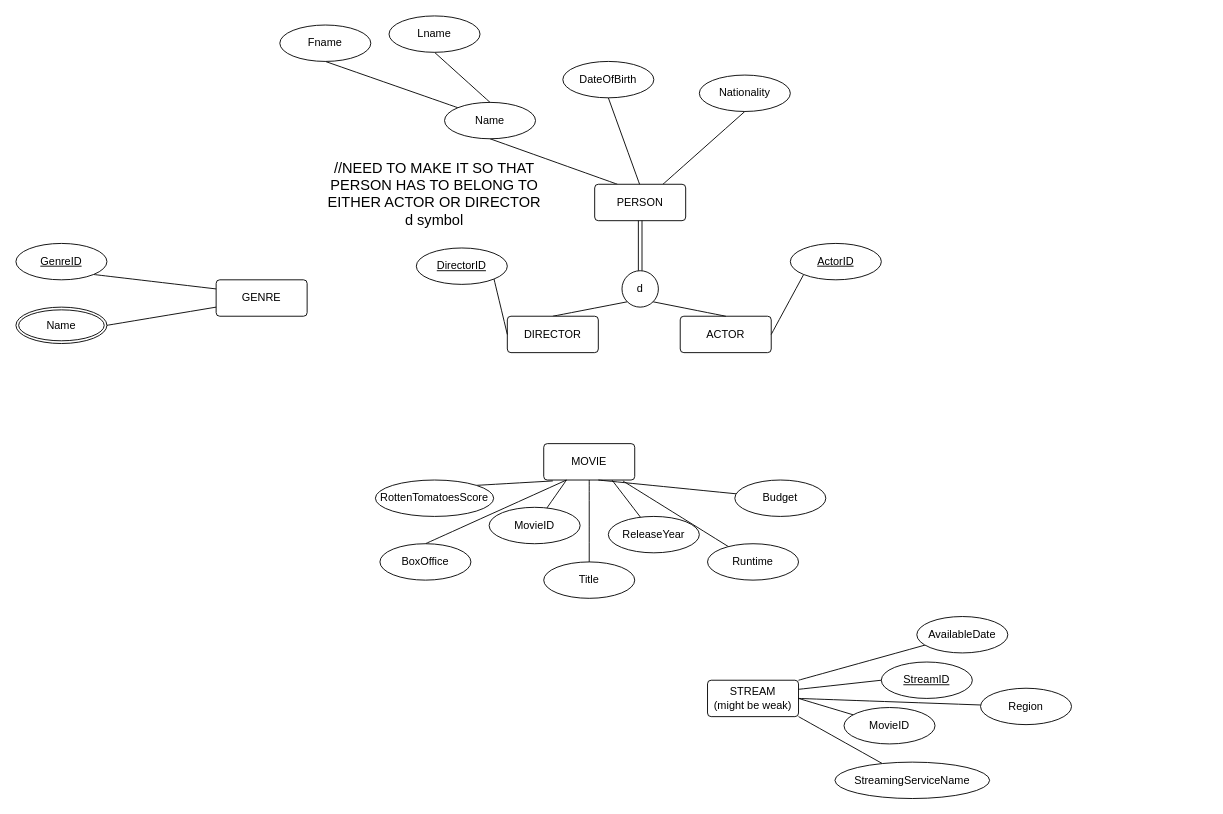
This is MovieBaseEER.drawio from miguelTrC/MovieBaseDB, a draw.io file, before an edit. Source tidied: cells renumbered, new cells numbered last; positions are measured from the earlier drawing's top-left corner, leaving out a move shared by most shapes. Both pictures are drawn from the tidied source at 91%, with x=0, y=0 at pixel (15, 15).
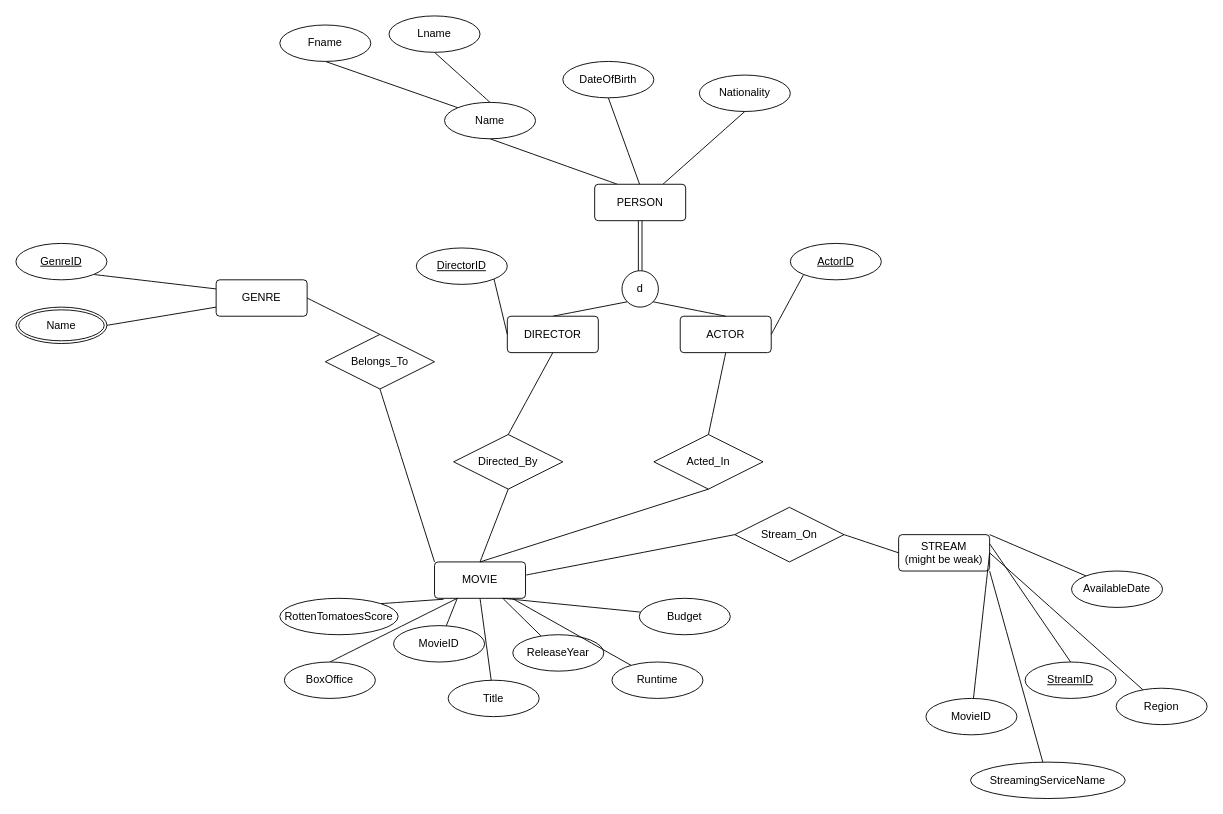
The same page after the edit.

Commit message:
Added relationships between entities

Unchanged cells that the change refers to:
```xml
<mxCell id="9" value="ACTOR" style="rounded=1;arcSize=10;whiteSpace=wrap;html=1;align=center;" parent="1" vertex="1">
  <mxGeometry x="730" y="330" width="100" height="40" as="geometry" />
</mxCell>
<mxCell id="10" value="DIRECTOR" style="rounded=1;arcSize=10;whiteSpace=wrap;html=1;align=center;" parent="1" vertex="1">
  <mxGeometry x="540" y="330" width="100" height="40" as="geometry" />
</mxCell>
<mxCell id="13" value="GENRE" style="rounded=1;arcSize=10;whiteSpace=wrap;html=1;align=center;" parent="1" vertex="1">
  <mxGeometry x="220" y="290" width="100" height="40" as="geometry" />
</mxCell>
```

What changed in the source:
```diff
@@
-    <mxCell id="7" value="&lt;div&gt;//NEED TO MAKE IT SO THAT PERSON HAS TO BELONG TO EITHER ACTOR OR DIRECTOR&lt;/div&gt;&lt;div&gt;d symbol&lt;/div&gt;&lt;div&gt;&lt;br&gt;&lt;/div&gt;" style="text;html=1;align=center;verticalAlign=middle;whiteSpace=wrap;rounded=0;fontSize=16;" parent="1" vertex="1">
-      <mxGeometry x="320" y="190" width="280" height="30" as="geometry" />
-    </mxCell>
@@
     <mxCell id="12" value="MOVIE" style="rounded=1;arcSize=10;whiteSpace=wrap;html=1;align=center;" parent="1" vertex="1">
-      <mxGeometry x="580" y="470" width="100" height="40" as="geometry" />
+      <mxGeometry x="460" y="600" width="100" height="40" as="geometry" />
     </mxCell>
@@
     <mxCell id="14" value="&lt;div&gt;STREAM&lt;/div&gt;&lt;div&gt;(might be weak)&lt;br&gt;&lt;/div&gt;" style="rounded=1;arcSize=10;whiteSpace=wrap;html=1;align=center;" parent="1" vertex="1">
-      <mxGeometry x="760" y="730" width="100" height="40" as="geometry" />
+      <mxGeometry x="970" y="570" width="100" height="40" as="geometry" />
     </mxCell>
@@
     <mxCell id="24" value="MovieID" style="ellipse;whiteSpace=wrap;html=1;align=center;" parent="1" vertex="1">
-      <mxGeometry x="520" y="540" width="100" height="40" as="geometry" />
+      <mxGeometry x="415" y="670" width="100" height="40" as="geometry" />
     </mxCell>
@@
     <mxCell id="26" value="Title" style="ellipse;whiteSpace=wrap;html=1;align=center;" parent="1" vertex="1">
-      <mxGeometry x="580" y="600" width="100" height="40" as="geometry" />
+      <mxGeometry x="475" y="730" width="100" height="40" as="geometry" />
     </mxCell>
@@
     <mxCell id="28" value="ReleaseYear" style="ellipse;whiteSpace=wrap;html=1;align=center;" parent="1" vertex="1">
-      <mxGeometry x="651" y="550" width="100" height="40" as="geometry" />
+      <mxGeometry x="546" y="680" width="100" height="40" as="geometry" />
     </mxCell>
@@
     <mxCell id="30" value="&lt;div&gt;Runtime&lt;/div&gt;" style="ellipse;whiteSpace=wrap;html=1;align=center;" parent="1" vertex="1">
-      <mxGeometry x="760" y="580" width="100" height="40" as="geometry" />
+      <mxGeometry x="655" y="710" width="100" height="40" as="geometry" />
     </mxCell>
@@
     <mxCell id="32" value="RottenTomatoesScore" style="ellipse;whiteSpace=wrap;html=1;align=center;" parent="1" vertex="1">
-      <mxGeometry x="395" y="510" width="130" height="40" as="geometry" />
+      <mxGeometry x="290" y="640" width="130" height="40" as="geometry" />
     </mxCell>
     <mxCell id="33" style="endArrow=none;html=1;rounded=0;fontSize=12;startSize=8;endSize=8;curved=1;" parent="1" edge="1" target="34">
       <mxGeometry relative="1" as="geometry">
-        <mxPoint x="640" y="510" as="sourcePoint" />
+        <mxPoint x="535" y="640" as="sourcePoint" />
       </mxGeometry>
     </mxCell>
     <mxCell id="34" value="Budget" style="ellipse;whiteSpace=wrap;html=1;align=center;" parent="1" vertex="1">
-      <mxGeometry x="790" y="510" width="100" height="40" as="geometry" />
+      <mxGeometry x="685" y="640" width="100" height="40" as="geometry" />
     </mxCell>
@@
     <mxCell id="36" value="BoxOffice" style="ellipse;whiteSpace=wrap;html=1;align=center;" parent="1" vertex="1">
-      <mxGeometry x="400" y="580" width="100" height="40" as="geometry" />
+      <mxGeometry x="295" y="710" width="100" height="40" as="geometry" />
     </mxCell>
@@
-    <mxCell id="39" style="endArrow=none;html=1;rounded=0;fontSize=12;startSize=8;endSize=8;curved=1;exitX=1;exitY=0.25;exitDx=0;exitDy=0;entryX=0;entryY=0.5;entryDx=0;entryDy=0;" parent="1" edge="1" source="14" target="51">
+    <mxCell id="39" style="endArrow=none;html=1;rounded=0;fontSize=12;startSize=8;endSize=8;curved=1;exitX=1;exitY=0.25;exitDx=0;exitDy=0;entryX=0.5;entryY=0;entryDx=0;entryDy=0;" parent="1" edge="1" source="14" target="51">
       <mxGeometry relative="1" as="geometry" />
     </mxCell>
@@
     <mxCell id="41" value="MovieID" style="ellipse;whiteSpace=wrap;html=1;align=center;" parent="1" vertex="1">
-      <mxGeometry x="910" y="760" width="100" height="40" as="geometry" />
+      <mxGeometry x="1000" y="750" width="100" height="40" as="geometry" />
     </mxCell>
@@
     <mxCell id="43" value="StreamingServiceName" style="ellipse;whiteSpace=wrap;html=1;align=center;" parent="1" vertex="1">
-      <mxGeometry x="900" y="820" width="170" height="40" as="geometry" />
+      <mxGeometry x="1049" y="820" width="170" height="40" as="geometry" />
     </mxCell>
@@
     <mxCell id="45" value="AvailableDate" style="ellipse;whiteSpace=wrap;html=1;align=center;" parent="1" vertex="1">
-      <mxGeometry x="990" y="660" width="100" height="40" as="geometry" />
+      <mxGeometry x="1160" y="610" width="100" height="40" as="geometry" />
     </mxCell>
@@
     <mxCell id="47" value="Region" style="ellipse;whiteSpace=wrap;html=1;align=center;" parent="1" vertex="1">
-      <mxGeometry x="1060" y="738.8" width="100" height="40" as="geometry" />
+      <mxGeometry x="1209" y="738.8" width="100" height="40" as="geometry" />
     </mxCell>
@@
     <mxCell id="51" value="StreamID" style="ellipse;whiteSpace=wrap;html=1;align=center;fontStyle=4;" parent="1" vertex="1">
-      <mxGeometry x="951" y="710" width="100" height="40" as="geometry" />
+      <mxGeometry x="1109" y="710" width="100" height="40" as="geometry" />
     </mxCell>
@@
+    <mxCell id="56" value="Directed_By" style="shape=rhombus;perimeter=rhombusPerimeter;whiteSpace=wrap;html=1;align=center;" parent="1" vertex="1">
+      <mxGeometry x="481" y="460" width="120" height="60" as="geometry" />
+    </mxCell>
+    <mxCell id="57" style="endArrow=none;html=1;rounded=0;fontSize=12;startSize=8;endSize=8;curved=1;entryX=0.5;entryY=1;entryDx=0;entryDy=0;exitX=0.5;exitY=0;exitDx=0;exitDy=0;" parent="1" edge="1" source="56" target="10">
+      <mxGeometry relative="1" as="geometry" />
+    </mxCell>
+    <mxCell id="58" style="endArrow=none;html=1;rounded=0;fontSize=12;startSize=8;endSize=8;curved=1;entryX=0.5;entryY=1;entryDx=0;entryDy=0;exitX=0.5;exitY=0;exitDx=0;exitDy=0;" parent="1" edge="1" source="12" target="56">
+      <mxGeometry relative="1" as="geometry" />
+    </mxCell>
+    <mxCell id="59" value="Acted_In" style="shape=rhombus;perimeter=rhombusPerimeter;whiteSpace=wrap;html=1;align=center;" parent="1" vertex="1">
+      <mxGeometry x="701" y="460" width="120" height="60" as="geometry" />
+    </mxCell>
+    <mxCell id="60" style="endArrow=none;html=1;rounded=0;fontSize=12;startSize=8;endSize=8;curved=1;entryX=0.5;entryY=1;entryDx=0;entryDy=0;exitX=0.5;exitY=0;exitDx=0;exitDy=0;" parent="1" edge="1" source="12" target="59">
+      <mxGeometry relative="1" as="geometry" />
+    </mxCell>
+    <mxCell id="61" style="endArrow=none;html=1;rounded=0;fontSize=12;startSize=8;endSize=8;curved=1;entryX=0.5;entryY=0;entryDx=0;entryDy=0;exitX=0.5;exitY=1;exitDx=0;exitDy=0;" parent="1" edge="1" source="9" target="59">
+      <mxGeometry relative="1" as="geometry" />
+    </mxCell>
+    <mxCell id="62" value="Belongs_To" style="shape=rhombus;perimeter=rhombusPerimeter;whiteSpace=wrap;html=1;align=center;" parent="1" vertex="1">
+      <mxGeometry x="340" y="350" width="120" height="60" as="geometry" />
+    </mxCell>
+    <mxCell id="63" style="endArrow=none;html=1;rounded=0;fontSize=12;startSize=8;endSize=8;curved=1;exitX=1;exitY=0.5;exitDx=0;exitDy=0;entryX=0.5;entryY=0;entryDx=0;entryDy=0;" parent="1" edge="1" source="13" target="62">
+      <mxGeometry relative="1" as="geometry" />
+    </mxCell>
+    <mxCell id="64" style="endArrow=none;html=1;rounded=0;fontSize=12;startSize=8;endSize=8;curved=1;entryX=0;entryY=0;entryDx=0;entryDy=0;exitX=0.5;exitY=1;exitDx=0;exitDy=0;" parent="1" edge="1" source="62" target="12">
+      <mxGeometry relative="1" as="geometry" />
+    </mxCell>
+    <mxCell id="65" value="Stream_On" style="shape=rhombus;perimeter=rhombusPerimeter;whiteSpace=wrap;html=1;align=center;" parent="1" vertex="1">
+      <mxGeometry x="790" y="540" width="120" height="60" as="geometry" />
+    </mxCell>
+    <mxCell id="66" style="endArrow=none;html=1;rounded=0;fontSize=12;startSize=8;endSize=8;curved=1;exitX=1.008;exitY=0.359;exitDx=0;exitDy=0;exitPerimeter=0;entryX=0;entryY=0.5;entryDx=0;entryDy=0;" parent="1" edge="1" source="12" target="65">
+      <mxGeometry relative="1" as="geometry" />
+    </mxCell>
+    <mxCell id="67" style="endArrow=none;html=1;rounded=0;fontSize=12;startSize=8;endSize=8;curved=1;exitX=1;exitY=0.5;exitDx=0;exitDy=0;entryX=0;entryY=0.5;entryDx=0;entryDy=0;" parent="1" edge="1" source="65" target="14">
+      <mxGeometry relative="1" as="geometry" />
+    </mxCell>
```
